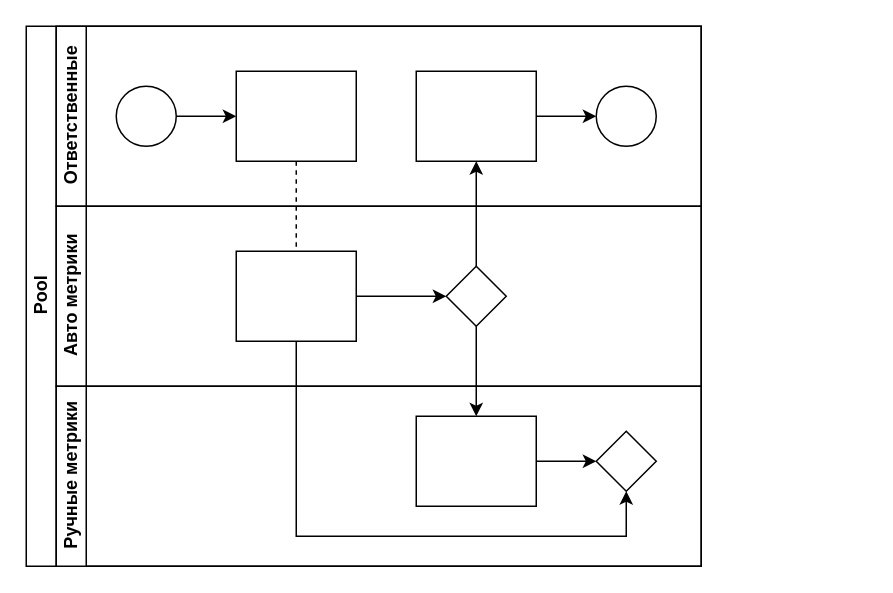
The draw.io diagram Dashboard collect data Diagram.drawio in Aendrous/diagrams, before the edit. Source tidied: cells renumbered, new cells numbered last; positions are measured from the earlier drawing's top-left corner, leaving out a move shared by most shapes. Both pictures are drawn from the tidied source at 150%, with x=0, y=0 at pixel (26, 26).
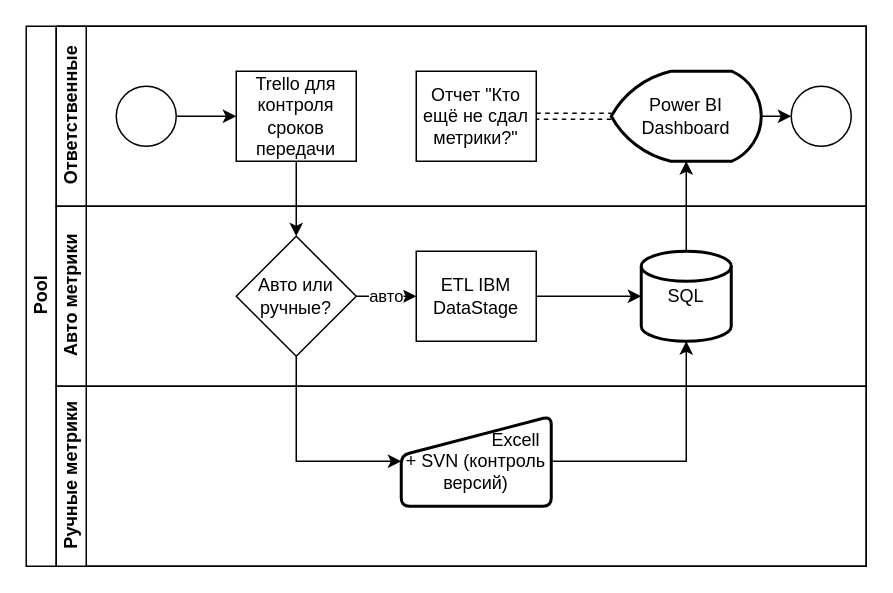
The same page after the edit.

What changed in the source:
```diff
@@
     <mxCell id="2" value="Pool" style="swimlane;html=1;horizontal=0;startSize=20;" parent="1" vertex="1">
-      <mxGeometry width="450" height="360" as="geometry" />
+      <mxGeometry width="560" height="360" as="geometry" />
     </mxCell>
-    <mxCell id="3" style="edgeStyle=orthogonalEdgeStyle;rounded=0;jettySize=auto;html=1;dashed=1;endArrow=none;endFill=0;" parent="2" edge="1" source="10" target="16">
-      <mxGeometry relative="1" as="geometry" />
-    </mxCell>
-    <mxCell id="4" style="edgeStyle=orthogonalEdgeStyle;rounded=0;jettySize=auto;html=1;endArrow=classic;endFill=1;" parent="2" edge="1" source="17" target="12">
-      <mxGeometry relative="1" as="geometry" />
-    </mxCell>
-    <mxCell id="5" style="edgeStyle=orthogonalEdgeStyle;rounded=0;jettySize=auto;html=1;endArrow=classic;endFill=1;" parent="2" edge="1" source="17" target="20">
-      <mxGeometry relative="1" as="geometry" />
-    </mxCell>
-    <mxCell id="6" style="edgeStyle=orthogonalEdgeStyle;rounded=0;jettySize=auto;html=1;endArrow=classic;endFill=1;" parent="2" edge="1" source="16" target="21">
-      <mxGeometry relative="1" as="geometry">
-        <Array as="points">
-          <mxPoint x="180" y="340" />
-          <mxPoint x="400" y="340" />
-        </Array>
-      </mxGeometry>
-    </mxCell>
     <mxCell id="7" value="Ответственные" style="swimlane;html=1;startSize=20;horizontal=0;" parent="2" vertex="1">
-      <mxGeometry x="20" width="430" height="120" as="geometry" />
+      <mxGeometry x="20" width="540" height="120" as="geometry" />
     </mxCell>
@@
-    <mxCell id="10" style="rounded=0;whiteSpace=wrap;html=1;fontFamily=Helvetica;fontSize=12;fontColor=#000000;align=center;" parent="7" vertex="1">
+    <mxCell id="10" value="Trello для контроля сроков передачи" style="rounded=0;whiteSpace=wrap;html=1;fontFamily=Helvetica;fontSize=12;fontColor=#000000;align=center;" parent="7" vertex="1">
       <mxGeometry x="120" y="30" width="80" height="60" as="geometry" />
     </mxCell>
-    <mxCell id="11" style="edgeStyle=orthogonalEdgeStyle;rounded=0;jettySize=auto;html=1;endArrow=classic;endFill=1;" parent="7" edge="1" source="12" target="13">
-      <mxGeometry relative="1" as="geometry" />
-    </mxCell>
-    <mxCell id="12" style="rounded=0;whiteSpace=wrap;html=1;fontFamily=Helvetica;fontSize=12;fontColor=#000000;align=center;" parent="7" vertex="1">
+    <mxCell id="12" value="Отчет &quot;Кто ещё не сдал метрики?&quot;" style="rounded=0;whiteSpace=wrap;html=1;fontFamily=Helvetica;fontSize=12;fontColor=#000000;align=center;" parent="7" vertex="1">
       <mxGeometry x="240" y="30" width="80" height="60" as="geometry" />
     </mxCell>
     <mxCell id="13" style="ellipse;whiteSpace=wrap;html=1;" parent="7" vertex="1">
-      <mxGeometry x="360" y="40" width="40" height="40" as="geometry" />
+      <mxGeometry x="490" y="40" width="40" height="40" as="geometry" />
     </mxCell>
+    <mxCell id="22" style="edgeStyle=orthogonalEdgeStyle;rounded=0;jettySize=auto;html=1;entryX=1;entryY=0.5;entryDx=0;entryDy=0;dashed=1;shape=link;" parent="7" edge="1" source="24" target="12">
+      <mxGeometry relative="1" as="geometry" />
+    </mxCell>
+    <mxCell id="23" style="edgeStyle=orthogonalEdgeStyle;rounded=0;jettySize=auto;html=1;exitX=1;exitY=0.5;exitDx=0;exitDy=0;exitPerimeter=0;entryX=0;entryY=0.5;entryDx=0;entryDy=0;" parent="7" edge="1" source="24" target="13">
+      <mxGeometry relative="1" as="geometry" />
+    </mxCell>
+    <mxCell id="24" value="Power BI&lt;br&gt;Dashboard" style="strokeWidth=2;html=1;shape=mxgraph.flowchart.display;whiteSpace=wrap;" parent="7" vertex="1">
+      <mxGeometry x="370" y="30" width="100" height="60" as="geometry" />
+    </mxCell>
     <mxCell id="14" value="Авто метрики" style="swimlane;html=1;startSize=20;horizontal=0;" parent="2" vertex="1">
-      <mxGeometry x="20" y="120" width="430" height="120" as="geometry" />
+      <mxGeometry x="20" y="120" width="540" height="120" as="geometry" />
     </mxCell>
-    <mxCell id="15" style="edgeStyle=orthogonalEdgeStyle;rounded=0;jettySize=auto;html=1;endArrow=classic;endFill=1;" parent="14" edge="1" source="16" target="17">
-      <mxGeometry relative="1" as="geometry" />
-    </mxCell>
+    <mxCell id="25" style="edgeStyle=orthogonalEdgeStyle;rounded=0;jettySize=auto;html=1;entryX=0;entryY=0.5;entryDx=0;entryDy=0;entryPerimeter=0;" parent="14" edge="1" source="16" target="27">
+      <mxGeometry relative="1" as="geometry" />
+    </mxCell>
-    <mxCell id="16" style="rounded=0;whiteSpace=wrap;html=1;fontFamily=Helvetica;fontSize=12;fontColor=#000000;align=center;" parent="14" vertex="1">
-      <mxGeometry x="120" y="30" width="80" height="60" as="geometry" />
+    <mxCell id="16" value="ETL IBM DataStage" style="rounded=0;whiteSpace=wrap;html=1;fontFamily=Helvetica;fontSize=12;fontColor=#000000;align=center;" parent="14" vertex="1">
+      <mxGeometry x="240" y="30" width="80" height="60" as="geometry" />
     </mxCell>
+    <mxCell id="26" value="авто" style="edgeStyle=orthogonalEdgeStyle;rounded=0;jettySize=auto;html=1;exitX=1;exitY=0.5;exitDx=0;exitDy=0;entryX=0;entryY=0.5;entryDx=0;entryDy=0;" parent="14" edge="1" source="17" target="16">
+      <mxGeometry relative="1" as="geometry" />
+    </mxCell>
-    <mxCell id="17" style="rhombus;whiteSpace=wrap;html=1;fontFamily=Helvetica;fontSize=12;fontColor=#000000;align=center;" parent="14" vertex="1">
-      <mxGeometry x="260" y="40" width="40" height="40" as="geometry" />
+    <mxCell id="17" value="Авто или ручные?" style="rhombus;whiteSpace=wrap;html=1;fontFamily=Helvetica;fontSize=12;fontColor=#000000;align=center;" parent="14" vertex="1">
+      <mxGeometry x="120" y="20" width="80" height="80" as="geometry" />
     </mxCell>
+    <mxCell id="27" value="SQL" style="strokeWidth=2;html=1;shape=mxgraph.flowchart.database;whiteSpace=wrap;" parent="14" vertex="1">
+      <mxGeometry x="390" y="30" width="60" height="60" as="geometry" />
+    </mxCell>
     <mxCell id="18" value="Ручные метрики" style="swimlane;html=1;startSize=20;horizontal=0;" parent="2" vertex="1">
-      <mxGeometry x="20" y="240" width="430" height="120" as="geometry" />
+      <mxGeometry x="20" y="240" width="540" height="120" as="geometry" />
     </mxCell>
+    <mxCell id="28" value="&lt;span style=&quot;&quot;&gt;&amp;nbsp; &amp;nbsp; &amp;nbsp; &amp;nbsp; &amp;nbsp; &amp;nbsp; &amp;nbsp; &amp;nbsp; Excell &lt;br&gt;+ SVN (контроль версий)&lt;/span&gt;" style="html=1;strokeWidth=2;shape=manualInput;whiteSpace=wrap;rounded=1;size=26;arcSize=11;" parent="18" vertex="1">
+      <mxGeometry x="230" y="20" width="100" height="60" as="geometry" />
+    </mxCell>
+    <mxCell id="29" style="edgeStyle=orthogonalEdgeStyle;rounded=0;jettySize=auto;html=1;entryX=0.5;entryY=0;entryDx=0;entryDy=0;" parent="2" edge="1" source="10" target="17">
+      <mxGeometry relative="1" as="geometry" />
+    </mxCell>
-    <mxCell id="19" style="edgeStyle=orthogonalEdgeStyle;rounded=0;jettySize=auto;html=1;endArrow=classic;endFill=1;" parent="18" edge="1" source="20" target="21">
+    <mxCell id="19" style="edgeStyle=orthogonalEdgeStyle;rounded=0;jettySize=auto;html=1;endArrow=classic;endFill=1;entryX=0.5;entryY=1;entryDx=0;entryDy=0;entryPerimeter=0;exitX=1;exitY=0.5;exitDx=0;exitDy=0;" parent="2" edge="1" source="28" target="27">
       <mxGeometry relative="1" as="geometry" />
     </mxCell>
-    <mxCell id="20" style="rounded=0;whiteSpace=wrap;html=1;fontFamily=Helvetica;fontSize=12;fontColor=#000000;align=center;" parent="18" vertex="1">
-      <mxGeometry x="240" y="20" width="80" height="60" as="geometry" />
-    </mxCell>
-    <mxCell id="21" style="rhombus;whiteSpace=wrap;html=1;fontFamily=Helvetica;fontSize=12;fontColor=#000000;align=center;" parent="18" vertex="1">
-      <mxGeometry x="360" y="30" width="40" height="40" as="geometry" />
-    </mxCell>
+    <mxCell id="30" style="edgeStyle=orthogonalEdgeStyle;rounded=0;jettySize=auto;html=1;entryX=0.5;entryY=1;entryDx=0;entryDy=0;entryPerimeter=0;" parent="2" edge="1" source="27" target="24">
+      <mxGeometry relative="1" as="geometry" />
+    </mxCell>
+    <mxCell id="31" style="edgeStyle=orthogonalEdgeStyle;rounded=0;jettySize=auto;html=1;entryX=0;entryY=0.5;entryDx=0;entryDy=0;" parent="2" edge="1" source="17" target="28">
+      <mxGeometry relative="1" as="geometry">
+        <Array as="points">
+          <mxPoint x="180" y="290" />
+        </Array>
+      </mxGeometry>
+    </mxCell>
```
